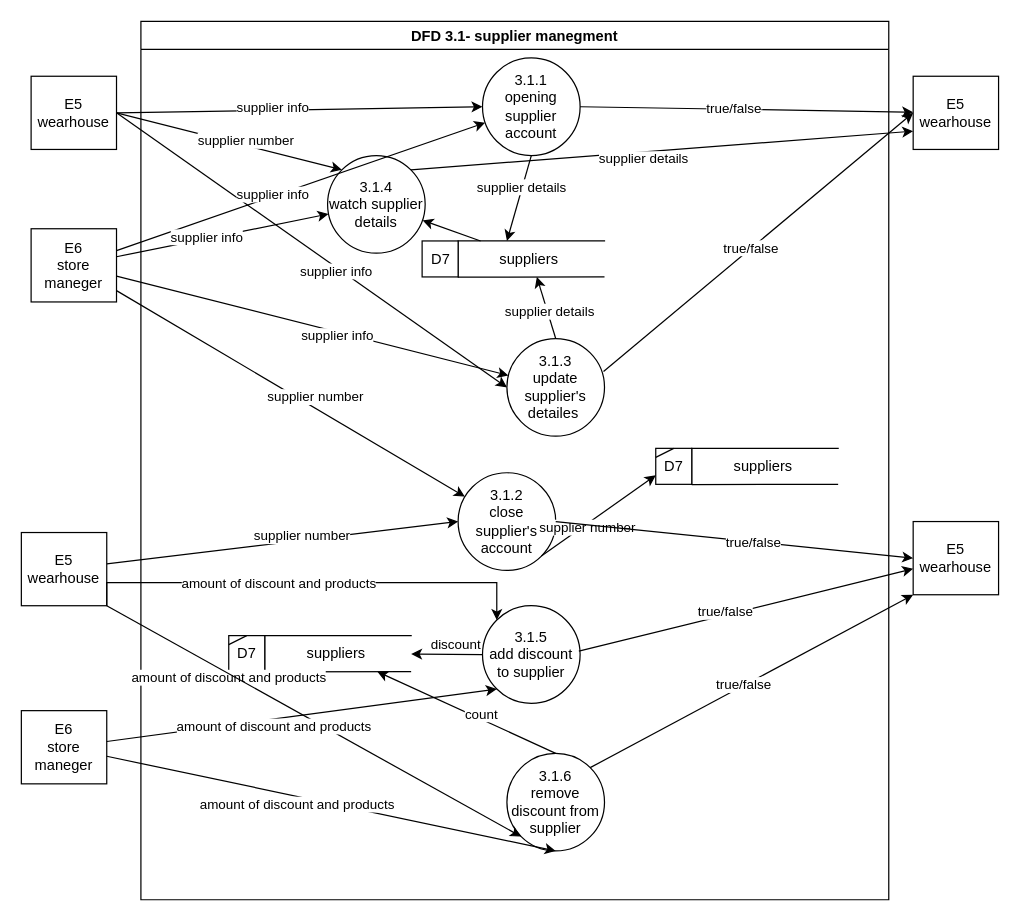
Naveavra/Market keeps this draw.io diagram as page "dfd3.1" (2 of 4) of docs/DFD/DFD3_Supplier.drawio. Above is the earlier version. Source tidied: cells renumbered, new cells numbered last; positions are measured from the earlier drawing's top-left corner, leaving out a move shared by most shapes. Both pictures are drawn from the tidied source at 122%, with x=0, y=0 at pixel (21, 21).
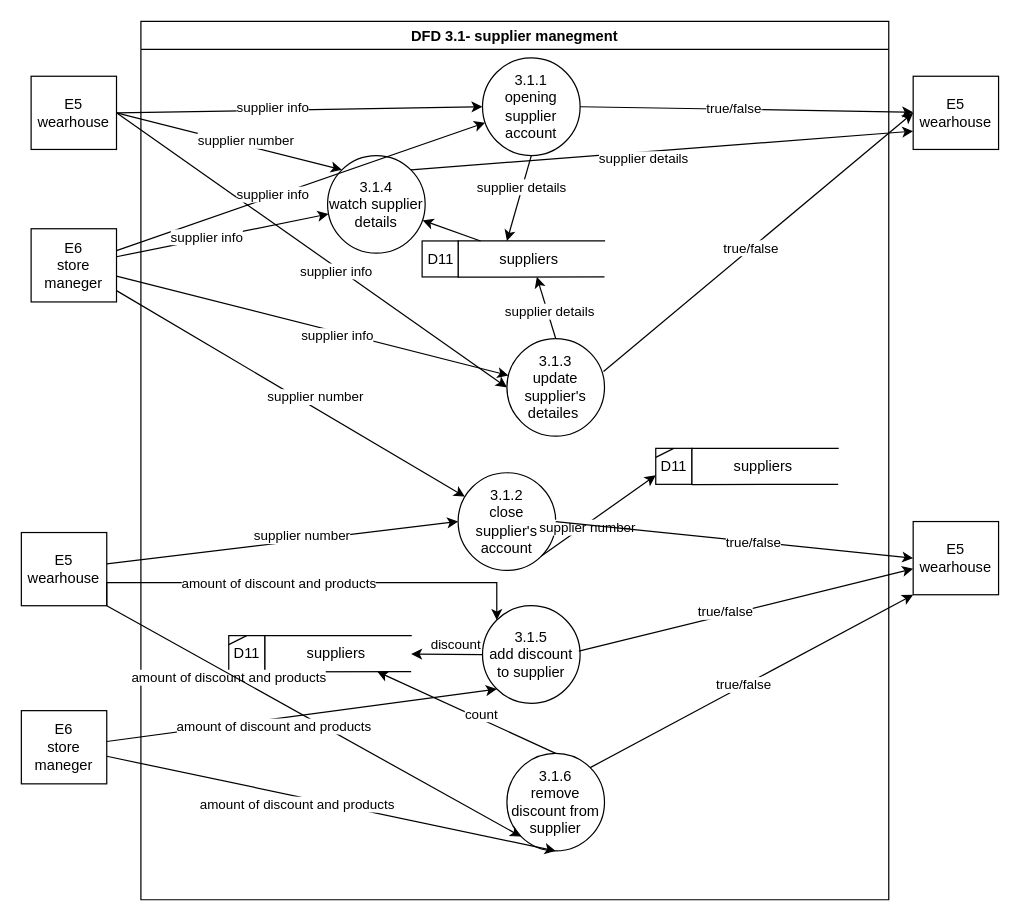
Above is the later version.

The change refers to these unchanged cells:
```xml
<mxCell id="2" value="DFD 3.1- supplier manegment" style="swimlane;" parent="1" vertex="1">
  <mxGeometry x="98" width="613" height="720" as="geometry" />
</mxCell>
```

Change to the diagram source:
```diff
@@
-    <mxCell id="6" value="D7" style="whiteSpace=wrap;html=1;" parent="2" vertex="1">
+    <mxCell id="6" value="D11" style="whiteSpace=wrap;html=1;" parent="2" vertex="1">
       <mxGeometry x="230.5" y="180" width="29.5" height="29.5" as="geometry" />
     </mxCell>
@@
-    <mxCell id="15" value="D7" style="whiteSpace=wrap;html=1;" parent="2" vertex="1">
+    <mxCell id="15" value="D11" style="whiteSpace=wrap;html=1;" parent="2" vertex="1">
       <mxGeometry x="422" y="350" width="29.5" height="29.5" as="geometry" />
     </mxCell>
@@
-    <mxCell id="29" value="D7" style="whiteSpace=wrap;html=1;" parent="2" vertex="1">
+    <mxCell id="29" value="D11" style="whiteSpace=wrap;html=1;" parent="2" vertex="1">
       <mxGeometry x="72" y="503.5" width="29.5" height="29.5" as="geometry" />
     </mxCell>
```
